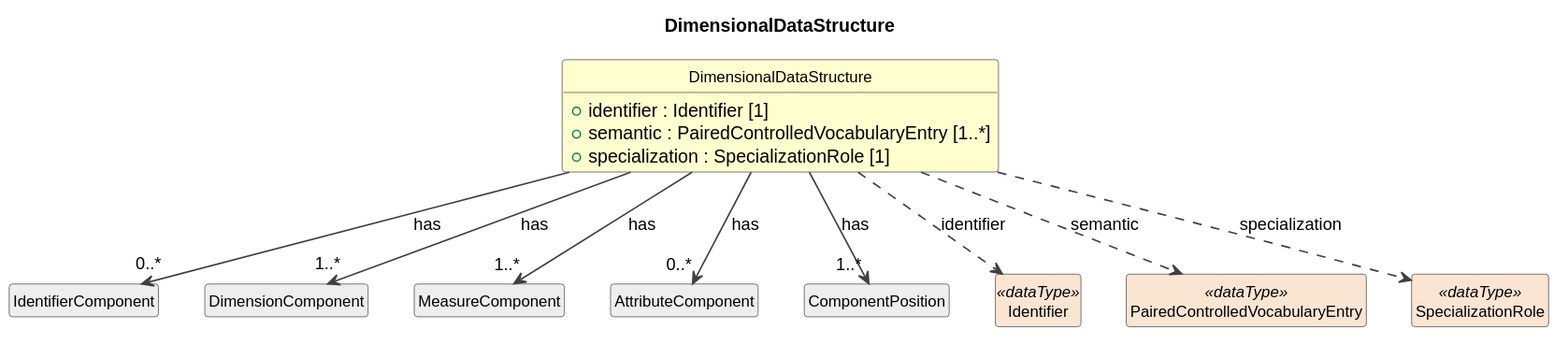
Above: build/field-level-documentation/CDIFDataStructure/Classes/DimensionalDataStructure.svg in Cross-Domain-Interoperability-Framework/metadataBuildingBlocks (PlantUML), before the change. The source it was exported from:
```plantuml
@startuml
title DimensionalDataStructure
hide circle
hide empty members
skinparam shadowing false
skinparam ArrowThickness 1.2
skinparam class {
  ArrowColor #404040
  BorderColor #404040
  FontSize 12
}

class "DimensionalDataStructure" as DimensionalDataStructure #FEFECE {
  +identifier : Identifier [1]
  +semantic : PairedControlledVocabularyEntry [1..*]
  +specialization : SpecializationRole [1]
}
class "IdentifierComponent" as IdentifierComponent #EEEEEE
DimensionalDataStructure --> "0..*" IdentifierComponent : has
class "DimensionComponent" as DimensionComponent #EEEEEE
DimensionalDataStructure --> "1..*" DimensionComponent : has
class "MeasureComponent" as MeasureComponent #EEEEEE
DimensionalDataStructure --> "1..*" MeasureComponent : has
class "AttributeComponent" as AttributeComponent #EEEEEE
DimensionalDataStructure --> "0..*" AttributeComponent : has
class "ComponentPosition" as ComponentPosition #EEEEEE
DimensionalDataStructure --> "1..*" ComponentPosition : has
class "Identifier" as Identifier <<dataType>> #FAE5D3
DimensionalDataStructure ..> Identifier : identifier
class "PairedControlledVocabularyEntry" as PairedControlledVocabularyEntry <<dataType>> #FAE5D3
DimensionalDataStructure ..> PairedControlledVocabularyEntry : semantic
class "SpecializationRole" as SpecializationRole <<dataType>> #FAE5D3
DimensionalDataStructure ..> SpecializationRole : specialization
@enduml
```
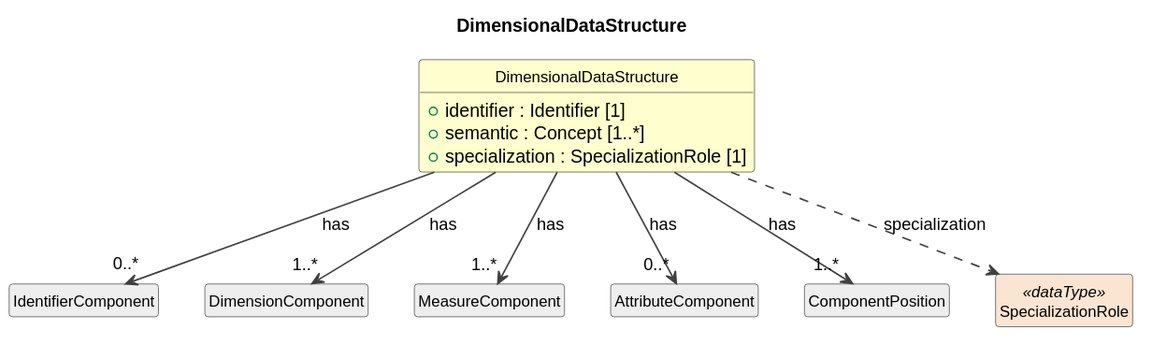
The same file after the commit.

What changed in the source:
```diff
@@ -12,7 +12,7 @@
 
 class "DimensionalDataStructure" as DimensionalDataStructure #FEFECE {
   +identifier : Identifier [1]
-  +semantic : PairedControlledVocabularyEntry [1..*]
+  +semantic : Concept [1..*]
   +specialization : SpecializationRole [1]
 }
 class "IdentifierComponent" as IdentifierComponent #EEEEEE
@@ -25,10 +25,6 @@
 DimensionalDataStructure --> "0..*" AttributeComponent : has
 class "ComponentPosition" as ComponentPosition #EEEEEE
 DimensionalDataStructure --> "1..*" ComponentPosition : has
-class "Identifier" as Identifier <<dataType>> #FAE5D3
-DimensionalDataStructure ..> Identifier : identifier
-class "PairedControlledVocabularyEntry" as PairedControlledVocabularyEntry <<dataType>> #FAE5D3
-DimensionalDataStructure ..> PairedControlledVocabularyEntry : semantic
 class "SpecializationRole" as SpecializationRole <<dataType>> #FAE5D3
 DimensionalDataStructure ..> SpecializationRole : specialization
 @enduml
```
